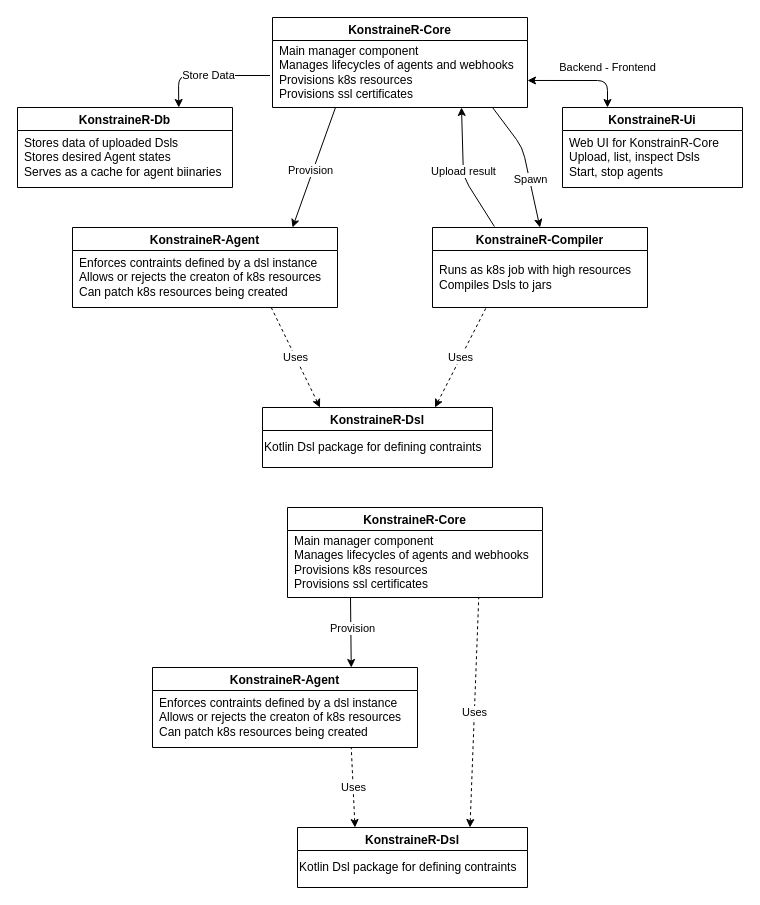
Tiegris/KonstrainR keeps this draw.io diagram as page "Page-1" (1 of 2) of doc/src/content_real/25_archPlan/plan.drawio. Above is the earlier version. Source tidied: cells renumbered, new cells numbered last; positions are measured from the earlier drawing's top-left corner, leaving out a move shared by most shapes. Both pictures are drawn from the tidied source at 100%, with x=0, y=0 at pixel (17, 17).
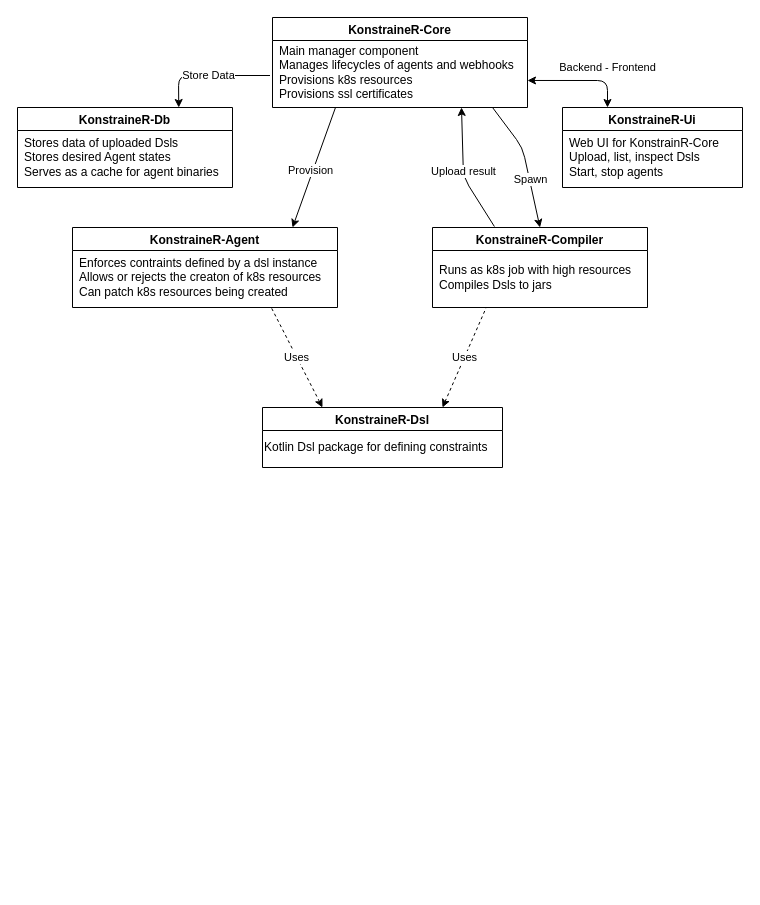
The same diagram, later.

Unchanged cells that the change refers to:
```xml
<mxCell id="6" value="KonstraineR-Db" style="swimlane;" parent="1" vertex="1">
  <mxGeometry y="90" width="215" height="80" as="geometry" />
</mxCell>
```

Diff of the diagram source:
```diff
@@
-    <mxCell id="7" value="Stores data of uploaded Dsls&lt;br&gt;Stores desired Agent states&lt;br&gt;Serves as a cache for agent biinaries" style="text;html=1;align=left;verticalAlign=middle;strokeColor=none;fillColor=none;" parent="6" vertex="1">
+    <mxCell id="7" value="Stores data of uploaded Dsls&lt;br&gt;Stores desired Agent states&lt;br&gt;Serves as a cache for agent binaries" style="text;html=1;align=left;verticalAlign=middle;strokeColor=none;fillColor=none;" parent="6" vertex="1">
       <mxGeometry x="5" y="25" width="210" height="50" as="geometry" />
     </mxCell>
@@
     <mxCell id="12" value="KonstraineR-Dsl" style="swimlane;" parent="1" vertex="1">
-      <mxGeometry x="245" y="390" width="230" height="60" as="geometry" />
+      <mxGeometry x="245" y="390" width="240" height="60" as="geometry" />
     </mxCell>
-    <mxCell id="13" value="Kotlin Dsl package for defining contraints" style="text;html=1;align=left;verticalAlign=middle;strokeColor=none;fillColor=none;" parent="12" vertex="1">
-      <mxGeometry y="30" width="230" height="20" as="geometry" />
+    <mxCell id="13" value="Kotlin Dsl package for defining constraints" style="text;html=1;align=left;verticalAlign=middle;strokeColor=none;fillColor=none;" parent="12" vertex="1">
+      <mxGeometry y="30" width="240" height="20" as="geometry" />
     </mxCell>
@@
-    <mxCell id="23" value="KonstraineR-Core" style="swimlane;" parent="1" vertex="1">
-      <mxGeometry x="270" y="490" width="255" height="90" as="geometry" />
-    </mxCell>
-    <mxCell id="24" value="Main manager component&lt;br&gt;Manages lifecycles of agents and webhooks&lt;br&gt;Provisions k8s resources&lt;br&gt;Provisions ssl certificates" style="text;html=1;align=left;verticalAlign=middle;points=[];strokeColor=none;fillColor=none;" parent="23" vertex="1">
-      <mxGeometry x="5" y="25" width="250" height="60" as="geometry" />
-    </mxCell>
-    <mxCell id="25" value="KonstraineR-Agent" style="swimlane;" parent="1" vertex="1">
-      <mxGeometry x="135" y="650" width="265" height="80" as="geometry" />
-    </mxCell>
-    <mxCell id="26" value="Enforces contraints defined by a dsl instance&lt;br&gt;Allows or rejects the creaton of k8s resources&lt;br&gt;Can patch k8s resources being created" style="text;html=1;align=left;verticalAlign=middle;strokeColor=none;fillColor=none;" parent="25" vertex="1">
-      <mxGeometry x="5" y="25" width="260" height="50" as="geometry" />
-    </mxCell>
-    <mxCell id="27" value="KonstraineR-Dsl" style="swimlane;" parent="1" vertex="1">
-      <mxGeometry x="280" y="810" width="230" height="60" as="geometry" />
-    </mxCell>
-    <mxCell id="28" value="Kotlin Dsl package for defining contraints" style="text;html=1;align=left;verticalAlign=middle;strokeColor=none;fillColor=none;" parent="27" vertex="1">
-      <mxGeometry y="30" width="230" height="20" as="geometry" />
-    </mxCell>
-    <mxCell id="29" value="Uses" style="endArrow=none;dashed=1;html=1;exitX=0.75;exitY=0;exitDx=0;exitDy=0;entryX=0.75;entryY=1;entryDx=0;entryDy=0;startArrow=classic;startFill=1;" parent="1" edge="1" source="27" target="23">
-      <mxGeometry relative="1" as="geometry" />
-    </mxCell>
-    <mxCell id="30" value="Uses" style="endArrow=none;dashed=1;html=1;exitX=0.25;exitY=0;exitDx=0;exitDy=0;endFill=0;startArrow=classic;startFill=1;entryX=0.75;entryY=1;entryDx=0;entryDy=0;" parent="1" edge="1" source="27" target="25">
-      <mxGeometry relative="1" as="geometry" />
-    </mxCell>
-    <mxCell id="31" style="endArrow=classic;html=1;exitX=0.232;exitY=1.083;exitDx=0;exitDy=0;exitPerimeter=0;entryX=0.75;entryY=0;entryDx=0;entryDy=0;" parent="1" edge="1" source="24" target="25">
-      <mxGeometry relative="1" as="geometry" />
-    </mxCell>
-    <mxCell id="32" value="Provision" style="edgeLabel;html=1;align=center;verticalAlign=middle;" parent="31" vertex="1">
-      <mxGeometry x="0.24" y="1" relative="1" as="geometry">
-        <mxPoint y="-12" as="offset" />
-      </mxGeometry>
-    </mxCell>
```
